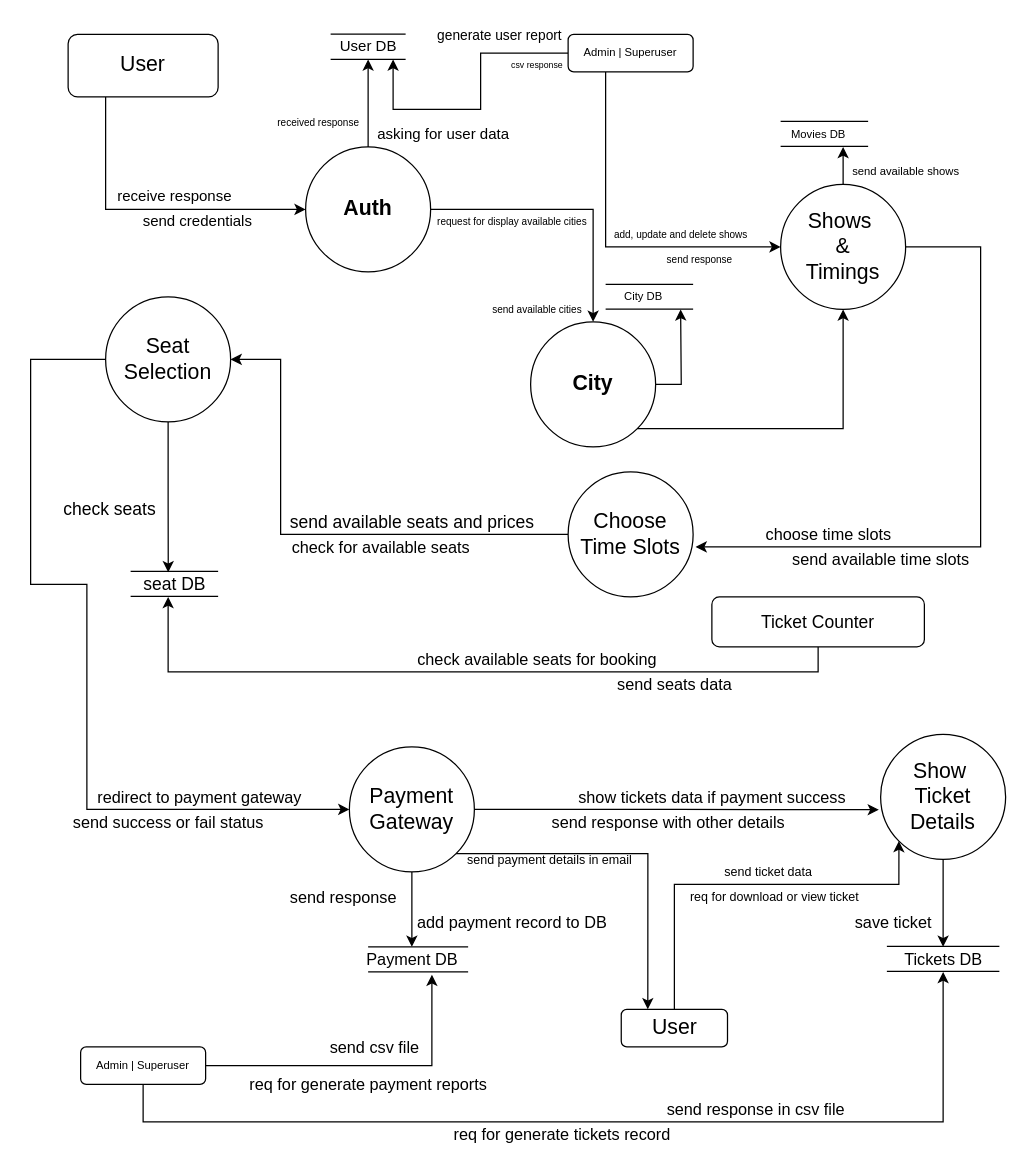
Above: Level 1 - Ticket Booking.drawio in Raj-kar/Daigrams (draw.io), before the change. Source tidied: cells renumbered, new cells numbered last; positions are measured from the earlier drawing's top-left corner, leaving out a move shared by most shapes. Both pictures are drawn from the tidied source at 125%, with x=0, y=0 at pixel (30, 21).
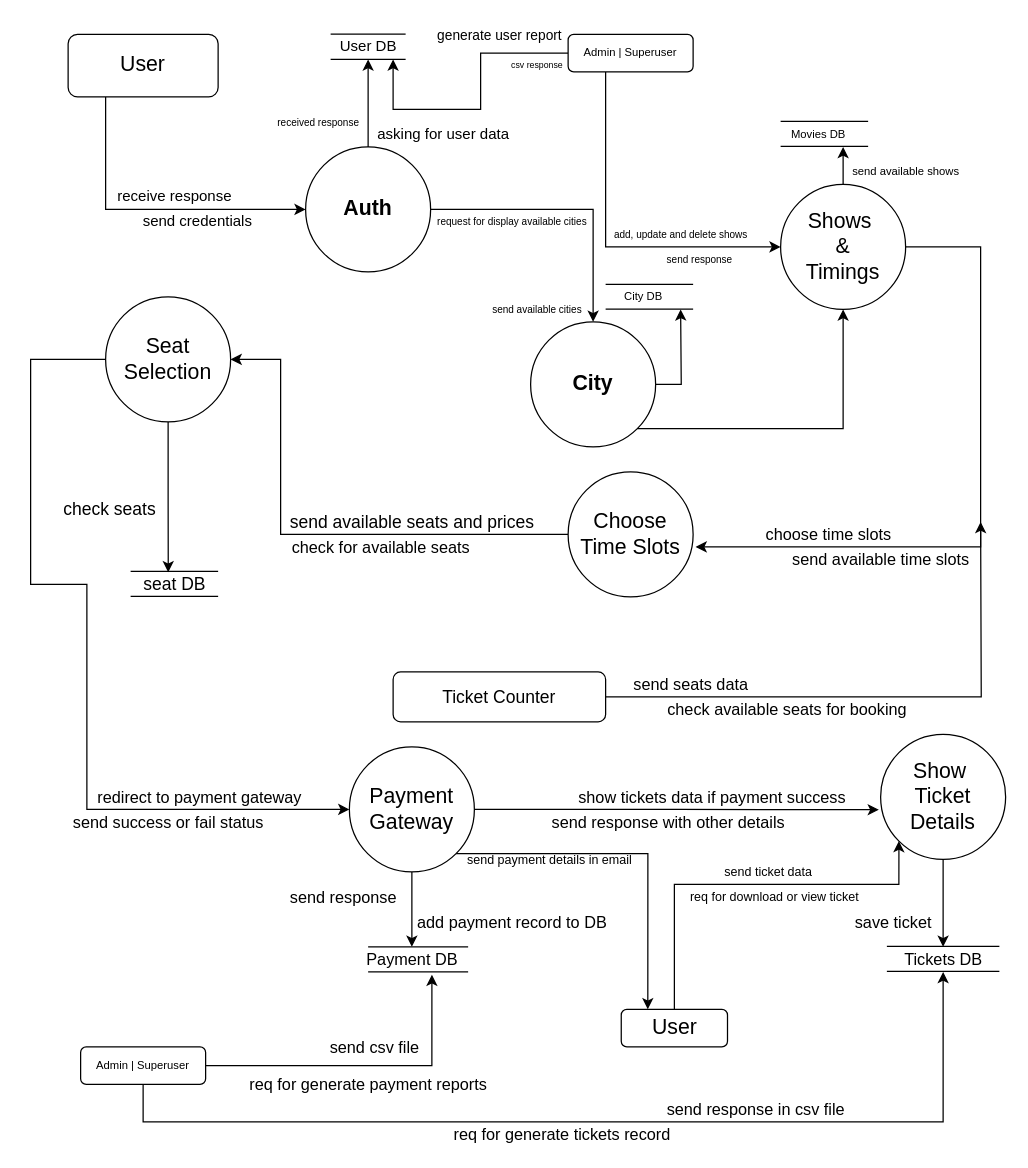
After the change.

The edit, as a diff of the source:
```diff
@@
-    <mxCell id="39" style="edgeStyle=orthogonalEdgeStyle;rounded=0;jettySize=auto;html=1;fontSize=14;exitX=0.5;exitY=1;exitDx=0;exitDy=0;" parent="1" edge="1" source="40">
-      <mxGeometry relative="1" as="geometry">
-        <mxPoint x="110" y="460" as="targetPoint" />
-        <Array as="points">
-          <mxPoint x="630" y="520" />
-          <mxPoint x="110" y="520" />
-        </Array>
-      </mxGeometry>
-    </mxCell>
+    <mxCell id="84" style="edgeStyle=orthogonalEdgeStyle;rounded=0;jettySize=auto;html=1;fontSize=10;" parent="1" edge="1" source="40">
+      <mxGeometry relative="1" as="geometry">
+        <mxPoint x="760" y="400" as="targetPoint" />
+      </mxGeometry>
+    </mxCell>
     <mxCell id="40" value="Ticket Counter" style="rounded=1;whiteSpace=wrap;html=1;fontSize=14;" parent="1" vertex="1">
-      <mxGeometry x="545" y="460" width="170" height="40" as="geometry" />
+      <mxGeometry x="290" y="520" width="170" height="40" as="geometry" />
     </mxCell>
@@
     <mxCell id="45" value="&lt;font style=&quot;font-size: 13px&quot;&gt;check available seats for booking&lt;/font&gt;" style="text;html=1;align=center;verticalAlign=middle;strokeColor=none;fillColor=none;fontSize=14;" parent="1" vertex="1">
-      <mxGeometry x="300" y="500" width="210" height="20" as="geometry" />
+      <mxGeometry x="500" y="540" width="210" height="20" as="geometry" />
     </mxCell>
     <mxCell id="46" value="send seats data" style="text;html=1;align=center;verticalAlign=middle;strokeColor=none;fillColor=none;fontSize=13;" parent="1" vertex="1">
-      <mxGeometry x="460" y="520" width="110" height="20" as="geometry" />
+      <mxGeometry x="472.5" y="520" width="110" height="20" as="geometry" />
     </mxCell>
```
